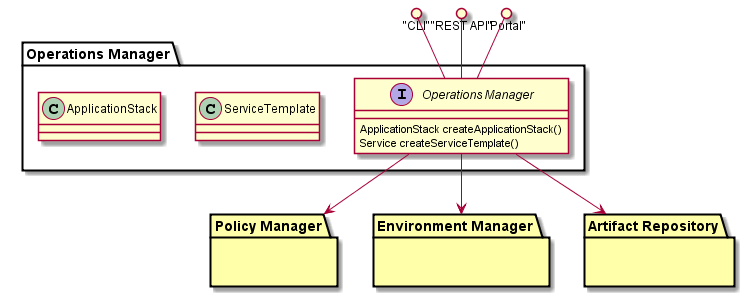
Earlier version of the PlantUML export design/OperationsManager/Class Overview.png (CAADE/C3).
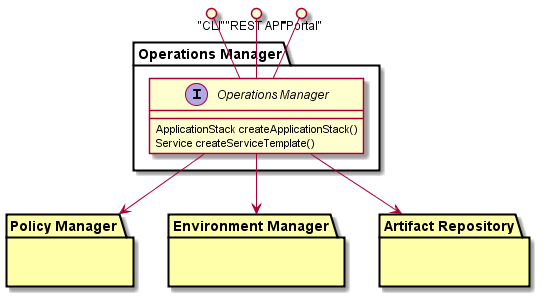
After the change.

The edit, as a diff of the source:
```diff
@@ -4,11 +4,6 @@
   interface "Operations Manager" {
       ApplicationStack createApplicationStack()
       Service createServiceTemplate()
-  }
-  class ServiceTemplate {
-
-  }
-  class ApplicationStack {
   }
 }
 "CLI" ()-- "Operations Manager"
```
